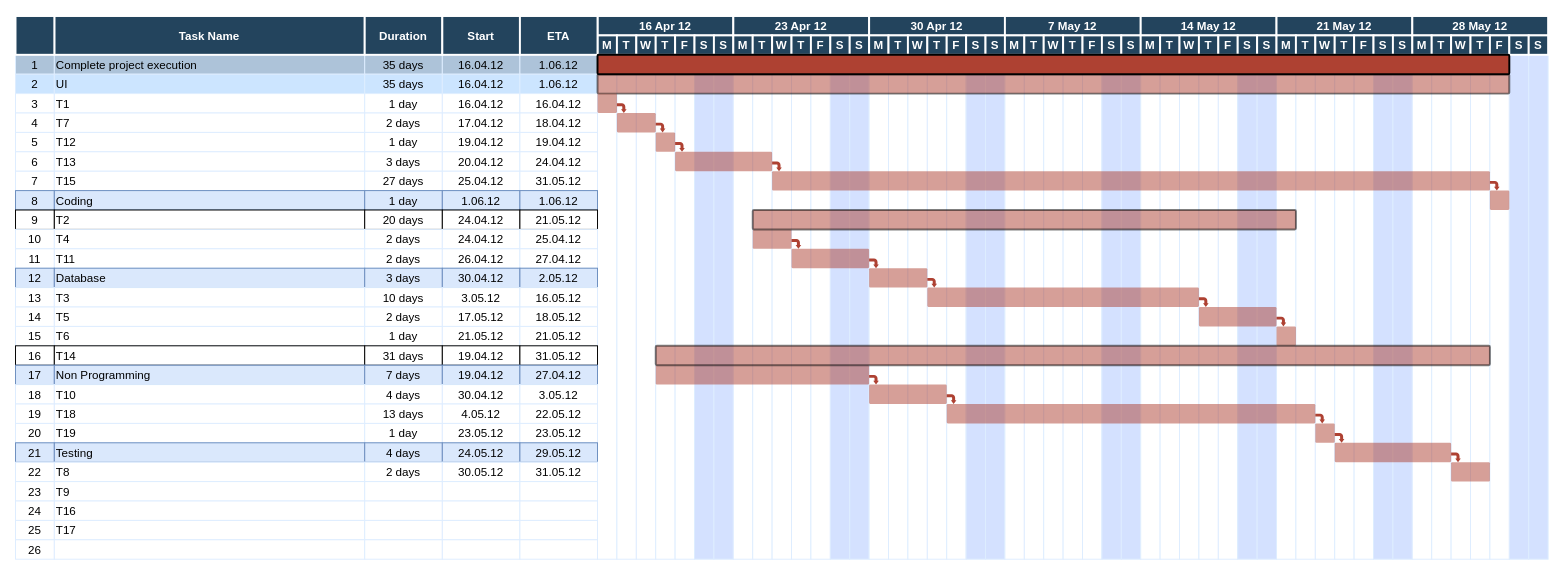
Before: GanttChart.drawio in UEAHealthTracker/HealthTracker, a draw.io diagram. Source tidied: cells renumbered, new cells numbered last; positions are measured from the earlier drawing's top-left corner, leaving out a move shared by most shapes. Both pictures are drawn from the tidied source at 97%, with x=0, y=0 at pixel (15, 16).
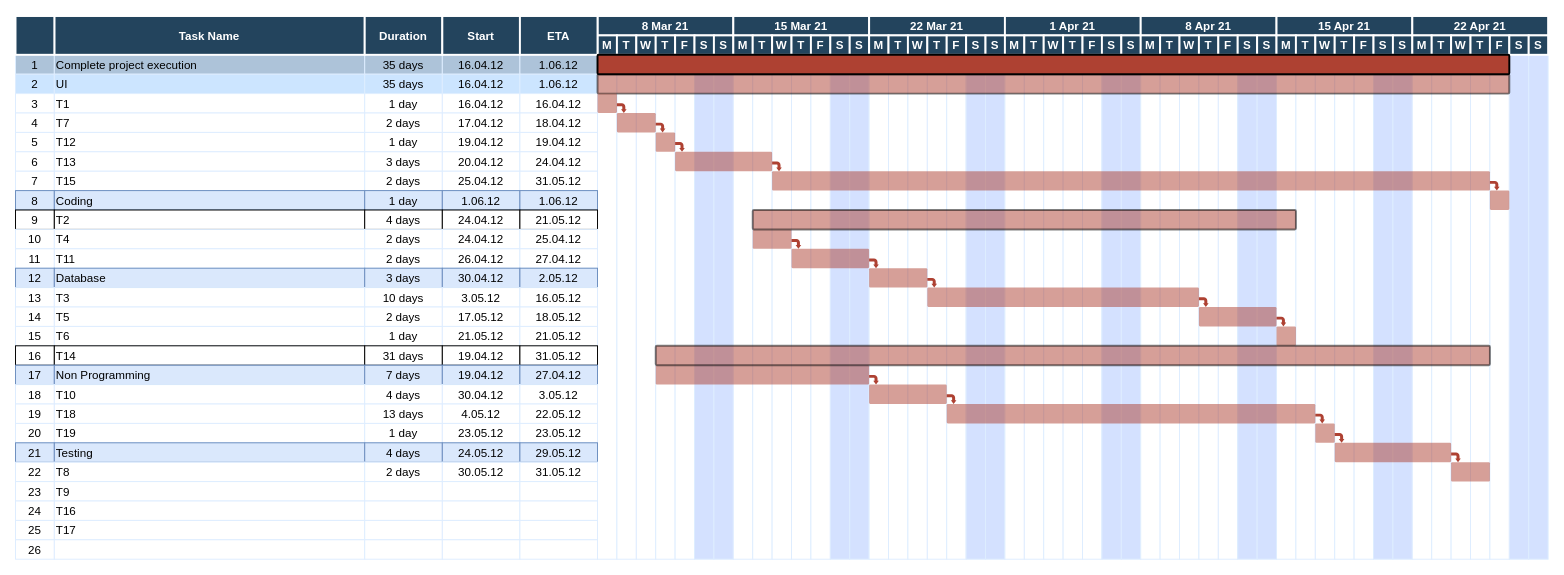
Above is the later version.

Change to the diagram source:
```diff
@@
-    <mxCell id="35" value="27 days" style="strokeColor=#DEEDFF;" parent="1" vertex="1">
+    <mxCell id="35" value="2 days" style="strokeColor=#DEEDFF;" parent="1" vertex="1">
       <mxGeometry x="360.5" y="160" width="80" height="20" as="geometry" />
     </mxCell>
@@
-    <mxCell id="45" value="20 days" parent="1" vertex="1">
+    <mxCell id="45" value="4 days" parent="1" vertex="1">
       <mxGeometry x="360.5" y="200" width="80" height="20" as="geometry" />
     </mxCell>
@@
-    <mxCell id="183" value="16 Apr 12" style="fillColor=#23445D;strokeColor=#FFFFFF;strokeWidth=2;fontColor=#FFFFFF;fontStyle=1;" parent="1" vertex="1">
+    <mxCell id="183" value="8 Mar 21" style="fillColor=#23445D;strokeColor=#FFFFFF;strokeWidth=2;fontColor=#FFFFFF;fontStyle=1;" parent="1" vertex="1">
       <mxGeometry x="600.5" width="140" height="20" as="geometry" />
     </mxCell>
@@
-    <mxCell id="194" value="23 Apr 12" style="fillColor=#23445D;strokeColor=#FFFFFF;strokeWidth=2;fontColor=#FFFFFF;fontStyle=1;" parent="1" vertex="1">
+    <mxCell id="194" value="15 Mar 21" style="fillColor=#23445D;strokeColor=#FFFFFF;strokeWidth=2;fontColor=#FFFFFF;fontStyle=1;" parent="1" vertex="1">
       <mxGeometry x="740.5" width="140" height="20" as="geometry" />
     </mxCell>
@@
-    <mxCell id="202" value="30 Apr 12" style="fillColor=#23445D;strokeColor=#FFFFFF;strokeWidth=2;fontColor=#FFFFFF;fontStyle=1;" parent="1" vertex="1">
+    <mxCell id="202" value="22 Mar 21" style="fillColor=#23445D;strokeColor=#FFFFFF;strokeWidth=2;fontColor=#FFFFFF;fontStyle=1;" parent="1" vertex="1">
       <mxGeometry x="880.5" width="140" height="20" as="geometry" />
     </mxCell>
@@
-    <mxCell id="210" value="7 May 12" style="fillColor=#23445D;strokeColor=#FFFFFF;strokeWidth=2;fontColor=#FFFFFF;fontStyle=1;" parent="1" vertex="1">
+    <mxCell id="210" value="1 Apr 21" style="fillColor=#23445D;strokeColor=#FFFFFF;strokeWidth=2;fontColor=#FFFFFF;fontStyle=1;" parent="1" vertex="1">
       <mxGeometry x="1020.5" width="140" height="20" as="geometry" />
     </mxCell>
@@
-    <mxCell id="218" value="14 May 12" style="fillColor=#23445D;strokeColor=#FFFFFF;strokeWidth=2;fontColor=#FFFFFF;fontStyle=1;" parent="1" vertex="1">
+    <mxCell id="218" value="8 Apr 21" style="fillColor=#23445D;strokeColor=#FFFFFF;strokeWidth=2;fontColor=#FFFFFF;fontStyle=1;" parent="1" vertex="1">
       <mxGeometry x="1160.5" width="140" height="20" as="geometry" />
     </mxCell>
@@
-    <mxCell id="226" value="21 May 12" style="fillColor=#23445D;strokeColor=#FFFFFF;strokeWidth=2;fontColor=#FFFFFF;fontStyle=1;" parent="1" vertex="1">
+    <mxCell id="226" value="15 Apr 21" style="fillColor=#23445D;strokeColor=#FFFFFF;strokeWidth=2;fontColor=#FFFFFF;fontStyle=1;" parent="1" vertex="1">
       <mxGeometry x="1300.5" width="140" height="20" as="geometry" />
     </mxCell>
@@
-    <mxCell id="234" value="28 May 12" style="fillColor=#23445D;strokeColor=#FFFFFF;strokeWidth=2;fontColor=#FFFFFF;fontStyle=1;" parent="1" vertex="1">
+    <mxCell id="234" value="22 Apr 21" style="fillColor=#23445D;strokeColor=#FFFFFF;strokeWidth=2;fontColor=#FFFFFF;fontStyle=1;" parent="1" vertex="1">
       <mxGeometry x="1440.5" width="140" height="20" as="geometry" />
     </mxCell>
```
